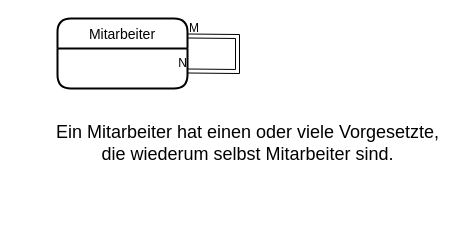
The draw.io diagram page "Aufgabe_1e" (5 of 5) of Aufgabe_1_bis_3/Aufgabe_1_a,b,c,d,e.drawio in Artjom1234/ProbeKlausurDB, before the edit. Source tidied: cells renumbered, new cells numbered last; positions are measured from the earlier drawing's top-left corner, leaving out a move shared by most shapes. Both pictures are drawn from the tidied source at 100%, with x=0, y=0 at pixel (47, 18).
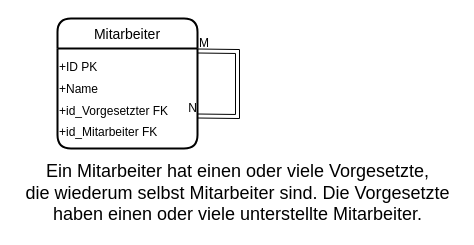
After the change.

Commit message:
Mitarbeiter-Vorgesetzter

The edit, as a diff of the source:
```diff
@@
 <mxGraphModel>
   <root>
     <mxCell id="0" />
     <mxCell id="1" parent="0" />
     <mxCell id="2" value="Mitarbeiter" style="swimlane;horizontal=1;startSize=30;rounded=1;fontSize=14;fontStyle=0;strokeWidth=2;shadow=0;dashed=0;align=center;" parent="1" vertex="1">
-      <mxGeometry x="10" width="130" height="70" as="geometry" />
+      <mxGeometry x="10" width="140" height="130" as="geometry" />
     </mxCell>
+    <mxCell id="7" value="&lt;div align=&quot;left&quot;&gt;&lt;font style=&quot;font-size: 12px&quot;&gt;+ID PK&lt;br&gt;&lt;/font&gt;&lt;/div&gt;&lt;div align=&quot;left&quot;&gt;&lt;font style=&quot;font-size: 12px&quot;&gt;+Name&lt;/font&gt;&lt;/div&gt;&lt;div align=&quot;left&quot;&gt;&lt;font style=&quot;font-size: 12px&quot;&gt;+id_Vorgesetzter FK&lt;/font&gt;&lt;/div&gt;&lt;div align=&quot;left&quot;&gt;&lt;font style=&quot;font-size: 12px&quot;&gt;+id_Mitarbeiter FK&lt;br&gt;&lt;/font&gt;&lt;/div&gt;" style="text;html=1;align=left;verticalAlign=middle;strokeColor=none;fillColor=none;fontSize=18;" parent="2" vertex="1">
+      <mxGeometry y="30" width="140" height="100" as="geometry" />
+    </mxCell>
     <mxCell id="3" style="shape=link;html=1;rounded=0;exitX=1;exitY=0.25;exitDx=0;exitDy=0;entryX=1;entryY=0.75;entryDx=0;entryDy=0;" parent="1" edge="1" source="2" target="2">
       <mxGeometry relative="1" as="geometry">
         <Array as="points">
-          <mxPoint x="190" y="18" />
-          <mxPoint x="190" y="53" />
+          <mxPoint x="190" y="33" />
+          <mxPoint x="190" y="98" />
         </Array>
       </mxGeometry>
     </mxCell>
     <mxCell id="4" value="M" style="html=1;align=left;verticalAlign=bottom;" parent="3" vertex="1">
       <mxGeometry x="-1" relative="1" as="geometry" />
     </mxCell>
     <mxCell id="5" value="N" style="html=1;align=right;verticalAlign=bottom;" parent="3" vertex="1">
       <mxGeometry x="1" relative="1" as="geometry" />
     </mxCell>
-    <mxCell id="6" value="&lt;div&gt;Ein Mitarbeiter hat einen oder viele Vorgesetzte, &lt;br&gt;&lt;/div&gt;&lt;div&gt;die wiederum selbst Mitarbeiter sind.&lt;br&gt;&lt;/div&gt;" style="text;html=1;align=center;verticalAlign=middle;fillColor=none;strokeColor=none;rounded=0;fontSize=18;" parent="1" vertex="1">
-      <mxGeometry y="100" width="400" height="50" as="geometry" />
+    <mxCell id="6" value="&lt;div&gt;Ein Mitarbeiter hat einen oder viele Vorgesetzte, &lt;br&gt;&lt;/div&gt;&lt;div&gt;die wiederum selbst Mitarbeiter sind. Die Vorgesetzte &lt;br&gt;&lt;/div&gt;&lt;div&gt;haben einen oder viele unterstellte Mitarbeiter.&lt;br&gt;&lt;/div&gt;" style="text;html=1;align=center;verticalAlign=middle;fillColor=none;strokeColor=none;rounded=0;fontSize=18;" parent="1" vertex="1">
+      <mxGeometry x="-30" y="140" width="440" height="70" as="geometry" />
     </mxCell>
   </root>
 </mxGraphModel>
```
